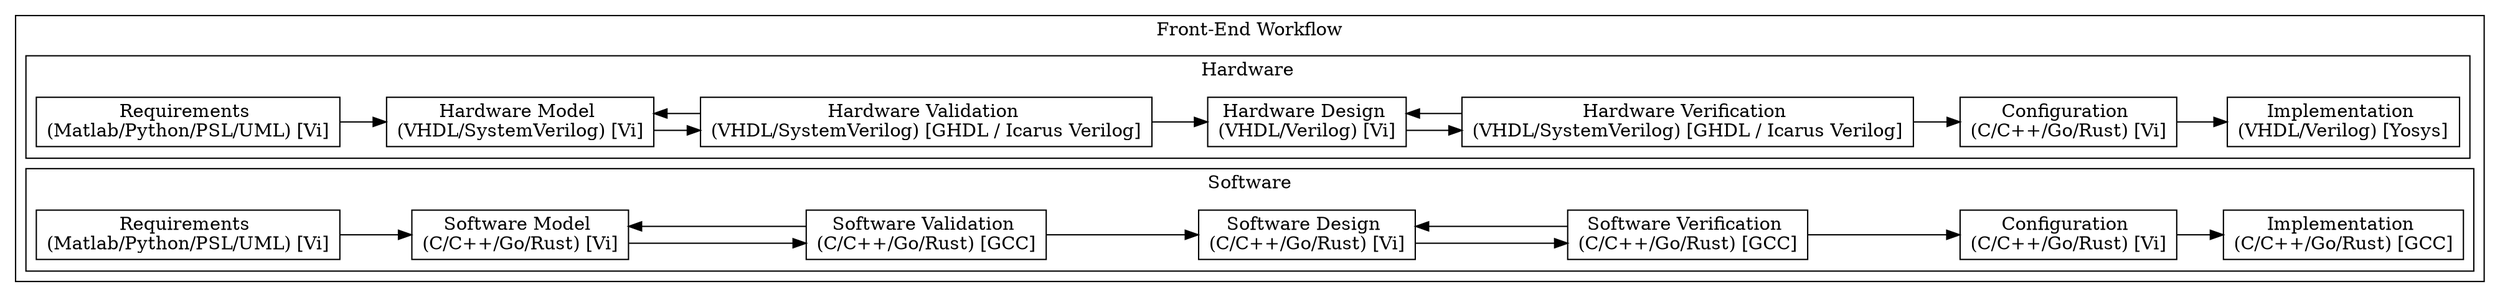
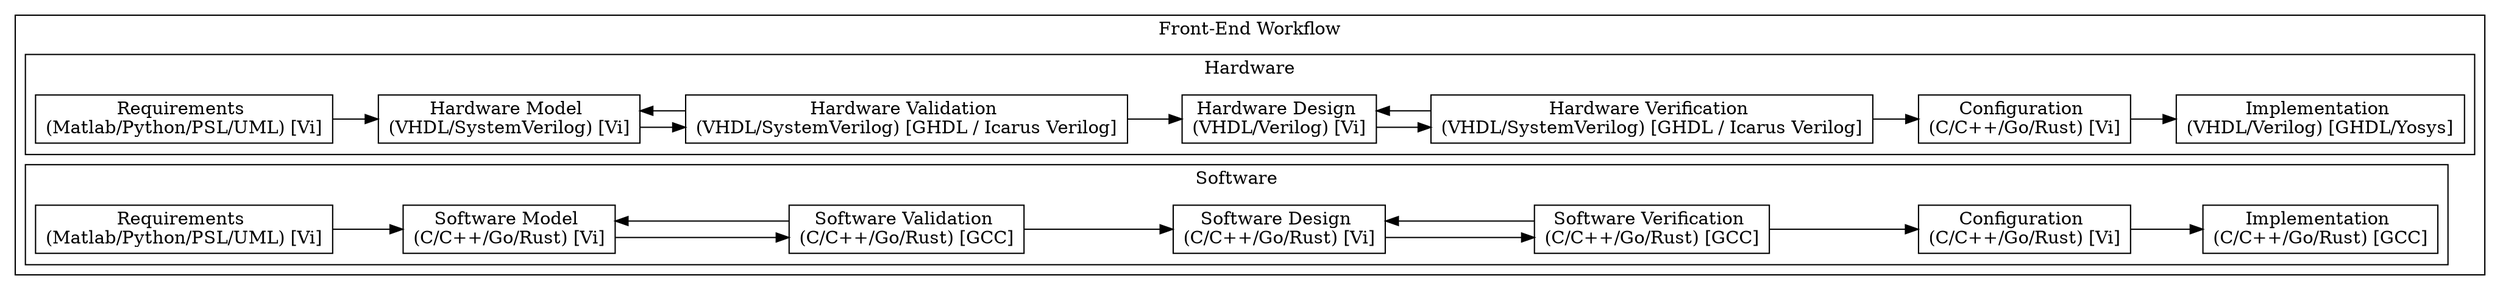
digraph Project {
  // Introduction
  graph [rankdir = LR, splines=ortho];
  node[shape=record];

  // Blocks
  subgraph "cluster Workflow" { label = "Front-End Workflow";
    subgraph "cluster Hardware" { label = "Hardware";
      Requirements_HW[label="Requirements \n(Matlab/Python/PSL/UML) [Vi]"];
      Model_HW[label="Hardware Model \n(VHDL/SystemVerilog) [Vi]"];
      Validation_HW[label="Hardware Validation \n(VHDL/SystemVerilog) [GHDL / Icarus Verilog]"];
      Design_HW[label="Hardware Design \n(VHDL/Verilog) [Vi]"];
      Verification_HW[label="Hardware Verification \n(VHDL/SystemVerilog) [GHDL / Icarus Verilog]"];
      Configuration_HW[label="Configuration \n(C/C++/Go/Rust) [Vi]"];
-       Implementation_HW[label="Implementation \n(VHDL/Verilog) [Yosys]"];
+       Implementation_HW[label="Implementation \n(VHDL/Verilog) [GHDL/Yosys]"];
    }
    subgraph "cluster Software" { label = "Software";
      Requirements_SW[label="Requirements \n(Matlab/Python/PSL/UML) [Vi]"];
      Model_SW[label="Software Model \n(C/C++/Go/Rust) [Vi]"];
      Validation_SW[label="Software Validation \n(C/C++/Go/Rust) [GCC]"];
      Design_SW[label="Software Design \n(C/C++/Go/Rust) [Vi]"];
      Verification_SW[label="Software Verification \n(C/C++/Go/Rust) [GCC]"];
      Configuration_SW[label="Configuration \n(C/C++/Go/Rust) [Vi]"];
      Implementation_SW[label="Implementation \n(C/C++/Go/Rust) [GCC]"];
    }
  }

  // Hardware Sequence
  Requirements_HW -> Model_HW;
  Model_HW -> Validation_HW;
  Validation_HW -> Design_HW;
  Design_HW -> Verification_HW;
  Verification_HW -> Configuration_HW;
  Configuration_HW -> Implementation_HW;

  // Hardware Feedback
  Validation_HW -> Model_HW;
  Verification_HW -> Design_HW;

  // Software Sequence
  Requirements_SW -> Model_SW;
  Model_SW -> Validation_SW;
  Validation_SW -> Design_SW;
  Design_SW -> Verification_SW;
  Verification_SW -> Configuration_SW;
  Configuration_SW -> Implementation_SW;

  // Software Feedback
  Validation_SW -> Model_SW;
  Verification_SW -> Design_SW;
}
